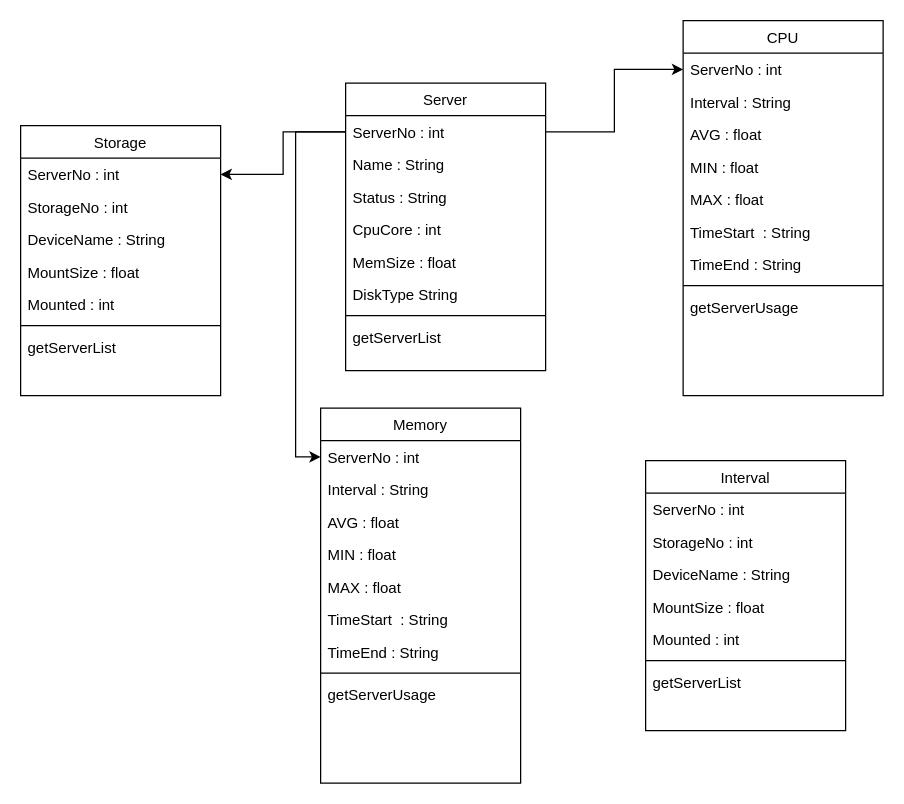
Before: 제목 없는 다이어그램.drawio in duathcys/-ToDo, a draw.io diagram. Source tidied: cells renumbered, new cells numbered last; positions are measured from the earlier drawing's top-left corner, leaving out a move shared by most shapes. Both pictures are drawn from the tidied source at 125%, with x=0, y=0 at pixel (20, 20).
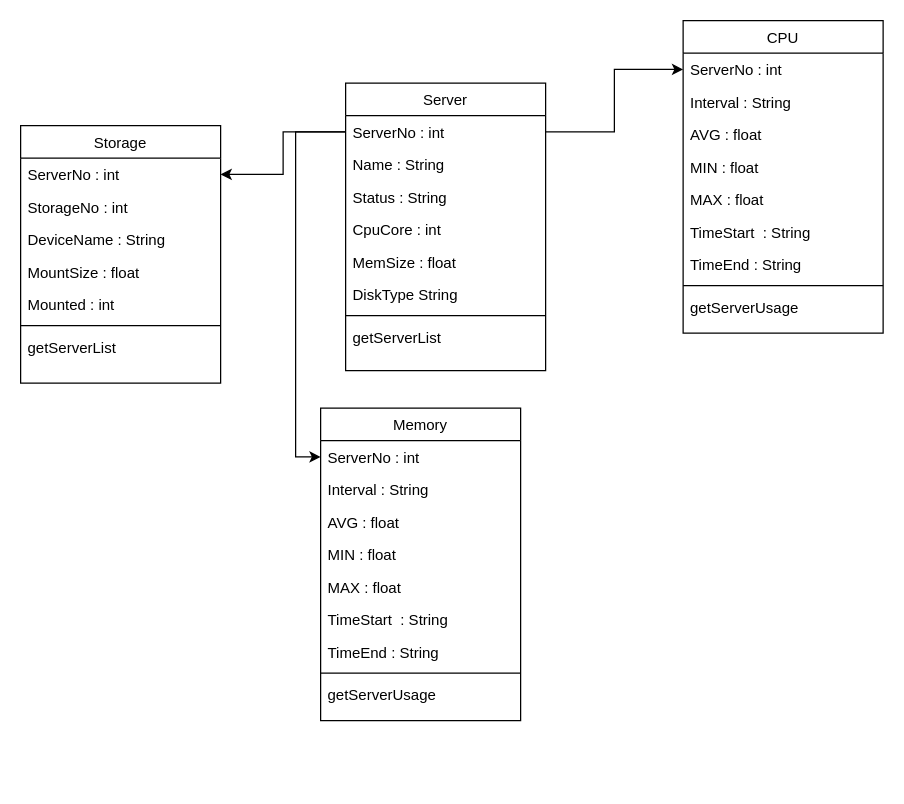
After the change.

Commit message (it also covers changes not shown here):
제목 없는 다이어그램.drawio 업데이트

The edit, as a diff of the source:
```diff
@@
     <mxCell id="11" value="CPU" style="swimlane;fontStyle=0;align=center;verticalAlign=top;horizontal=1;startSize=26;rounded=0;shadow=0;strokeWidth=1;labelBackgroundColor=none;" parent="1" vertex="1">
-      <mxGeometry x="530" width="160" height="300" as="geometry" />
+      <mxGeometry x="530" width="160" height="250" as="geometry" />
     </mxCell>
@@
     <mxCell id="21" value="Storage" style="swimlane;fontStyle=0;align=center;verticalAlign=top;horizontal=1;startSize=26;rounded=0;shadow=0;strokeWidth=1;labelBackgroundColor=none;" parent="1" vertex="1">
-      <mxGeometry y="84" width="160" height="216" as="geometry" />
+      <mxGeometry y="84" width="160" height="206" as="geometry" />
     </mxCell>
@@
     <mxCell id="29" value="Memory" style="swimlane;fontStyle=0;align=center;verticalAlign=top;horizontal=1;startSize=26;rounded=0;shadow=0;strokeWidth=1;labelBackgroundColor=none;" parent="1" vertex="1">
-      <mxGeometry x="240" y="310" width="160" height="300" as="geometry" />
+      <mxGeometry x="240" y="310" width="160" height="250" as="geometry" />
     </mxCell>
@@
     <mxCell id="38" value="getServerUsage" style="text;align=left;verticalAlign=top;spacingLeft=4;spacingRight=4;overflow=hidden;labelBackgroundColor=none;" parent="29" vertex="1">
-      <mxGeometry y="216" width="160" height="26" as="geometry" />
+      <mxGeometry y="216" width="160" height="34" as="geometry" />
     </mxCell>
@@
-    <mxCell id="42" value="Interval" style="swimlane;fontStyle=0;align=center;verticalAlign=top;horizontal=1;startSize=26;rounded=0;shadow=0;strokeWidth=1;labelBackgroundColor=none;" parent="1" vertex="1">
-      <mxGeometry x="500" y="352" width="160" height="216" as="geometry" />
-    </mxCell>
-    <mxCell id="43" value="ServerNo : int" style="text;align=left;verticalAlign=top;spacingLeft=4;spacingRight=4;overflow=hidden;labelBackgroundColor=none;" parent="42" vertex="1">
-      <mxGeometry y="26" width="160" height="26" as="geometry" />
-    </mxCell>
-    <mxCell id="44" value="StorageNo : int" style="text;align=left;verticalAlign=top;spacingLeft=4;spacingRight=4;overflow=hidden;rounded=0;shadow=0;html=0;labelBackgroundColor=none;" parent="42" vertex="1">
-      <mxGeometry y="52" width="160" height="26" as="geometry" />
-    </mxCell>
-    <mxCell id="45" value="DeviceName : String" style="text;align=left;verticalAlign=top;spacingLeft=4;spacingRight=4;overflow=hidden;rounded=0;shadow=0;html=0;labelBackgroundColor=none;" parent="42" vertex="1">
-      <mxGeometry y="78" width="160" height="26" as="geometry" />
-    </mxCell>
-    <mxCell id="46" value="MountSize : float" style="text;align=left;verticalAlign=top;spacingLeft=4;spacingRight=4;overflow=hidden;rounded=0;shadow=0;html=0;labelBackgroundColor=none;" parent="42" vertex="1">
-      <mxGeometry y="104" width="160" height="26" as="geometry" />
-    </mxCell>
-    <mxCell id="47" value="Mounted : int" style="text;align=left;verticalAlign=top;spacingLeft=4;spacingRight=4;overflow=hidden;labelBackgroundColor=none;" parent="42" vertex="1">
-      <mxGeometry y="130" width="160" height="26" as="geometry" />
-    </mxCell>
-    <mxCell id="48" style="line;html=1;strokeWidth=1;align=left;verticalAlign=middle;spacingTop=-1;spacingLeft=3;spacingRight=3;labelPosition=right;labelBackgroundColor=none;" parent="42" vertex="1">
-      <mxGeometry y="156" width="160" height="8" as="geometry" />
-    </mxCell>
-    <mxCell id="49" value="getServerList" style="text;align=left;verticalAlign=top;spacingLeft=4;spacingRight=4;overflow=hidden;labelBackgroundColor=none;" parent="42" vertex="1">
-      <mxGeometry y="164" width="160" height="26" as="geometry" />
-    </mxCell>
```
